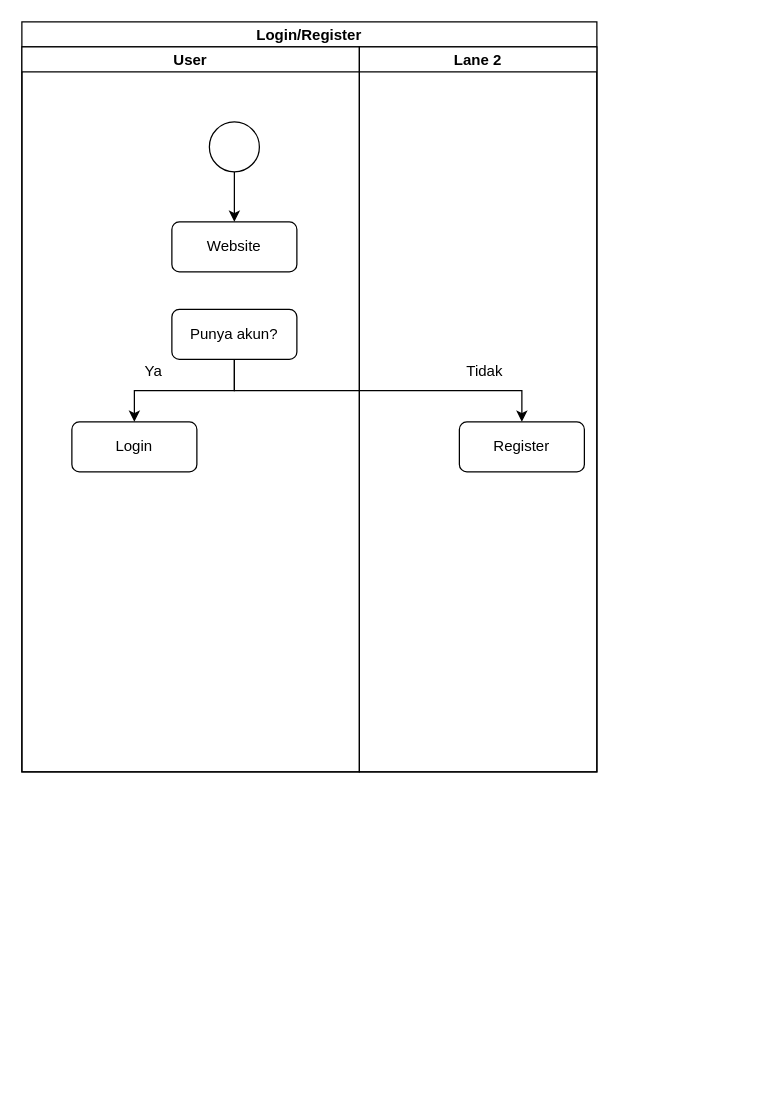
This is register/login diagram.drawio from Soulra01/Pdm, a draw.io file, before an edit. Source tidied: cells renumbered, new cells numbered last; positions are measured from the earlier drawing's top-left corner, leaving out a move shared by most shapes. Both pictures are drawn from the tidied source at 125%, with x=0, y=0 at pixel (21, 21).
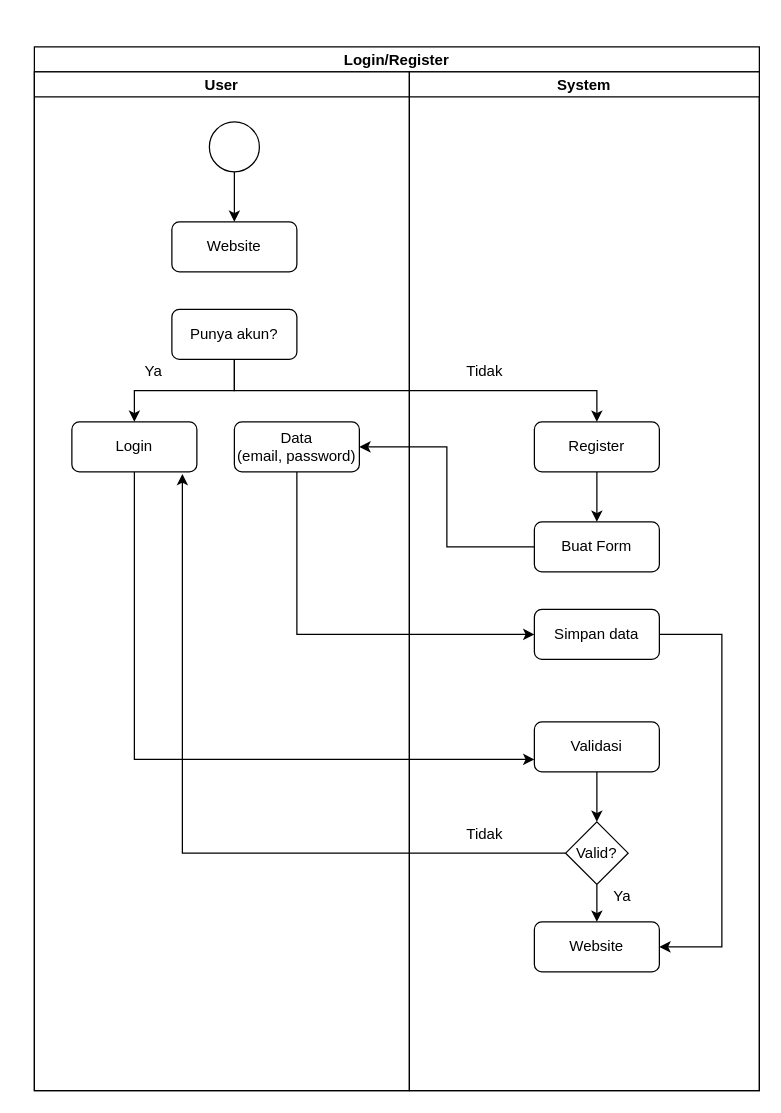
The same page after the edit.

Unchanged cells that the change refers to:
```xml
<mxCell id="6" value="Login" style="rounded=1;whiteSpace=wrap;html=1;" parent="1" vertex="1">
  <mxGeometry x="40" y="320" width="100" height="40" as="geometry" />
</mxCell>
<mxCell id="9" value="Punya akun?" style="rounded=1;whiteSpace=wrap;html=1;" parent="1" vertex="1">
  <mxGeometry x="120" y="230" width="100" height="40" as="geometry" />
</mxCell>
```

Change to the diagram source:
```diff
@@
+    <mxCell id="15" style="edgeStyle=orthogonalEdgeStyle;rounded=0;jettySize=auto;html=1;" parent="1" edge="1" source="5" target="18">
+      <mxGeometry relative="1" as="geometry" />
+    </mxCell>
     <mxCell id="5" value="Register" style="rounded=1;whiteSpace=wrap;html=1;" parent="1" vertex="1">
-      <mxGeometry x="350" y="320" width="100" height="40" as="geometry" />
+      <mxGeometry x="410" y="320" width="100" height="40" as="geometry" />
     </mxCell>
+    <mxCell id="16" style="edgeStyle=orthogonalEdgeStyle;rounded=0;jettySize=auto;html=1;entryX=0;entryY=0.75;entryDx=0;entryDy=0;" parent="1" edge="1" source="6" target="24">
+      <mxGeometry relative="1" as="geometry">
+        <Array as="points">
+          <mxPoint x="90" y="590" />
+        </Array>
+      </mxGeometry>
+    </mxCell>
@@
     <mxCell id="8" style="edgeStyle=orthogonalEdgeStyle;rounded=0;jettySize=auto;html=1;" parent="1" edge="1" source="9" target="5">
       <mxGeometry relative="1" as="geometry">
         <Array as="points">
           <mxPoint x="170" y="295" />
-          <mxPoint x="400" y="295" />
+          <mxPoint x="460" y="295" />
         </Array>
       </mxGeometry>
     </mxCell>
@@
     <mxCell id="12" value="Login/Register" style="swimlane;startSize=20;" parent="1" vertex="1">
-      <mxGeometry width="460" height="600" as="geometry" />
+      <mxGeometry x="10" y="20" width="580" height="835" as="geometry" />
     </mxCell>
     <mxCell id="13" value="User" style="swimlane;startSize=20;" parent="12" vertex="1">
-      <mxGeometry y="20" width="270" height="580" as="geometry" />
+      <mxGeometry y="20" width="300" height="815" as="geometry" />
     </mxCell>
-    <mxCell id="14" value="Lane 2" style="swimlane;startSize=20;" parent="12" vertex="1">
-      <mxGeometry x="270" y="20" width="190" height="580" as="geometry" />
+    <mxCell id="14" value="System" style="swimlane;startSize=20;" parent="12" vertex="1">
+      <mxGeometry x="300" y="20" width="280" height="815" as="geometry" />
     </mxCell>
+    <mxCell id="17" style="edgeStyle=orthogonalEdgeStyle;rounded=0;jettySize=auto;html=1;entryX=1;entryY=0.5;entryDx=0;entryDy=0;" parent="1" edge="1" source="18" target="20">
+      <mxGeometry relative="1" as="geometry" />
+    </mxCell>
+    <mxCell id="18" value="Buat Form" style="rounded=1;whiteSpace=wrap;html=1;" parent="1" vertex="1">
+      <mxGeometry x="410" y="400" width="100" height="40" as="geometry" />
+    </mxCell>
+    <mxCell id="19" style="edgeStyle=orthogonalEdgeStyle;rounded=0;jettySize=auto;html=1;entryX=0;entryY=0.5;entryDx=0;entryDy=0;" parent="1" edge="1" source="20" target="22">
+      <mxGeometry relative="1" as="geometry">
+        <Array as="points">
+          <mxPoint x="220" y="490" />
+        </Array>
+      </mxGeometry>
+    </mxCell>
+    <mxCell id="20" value="Data&lt;br&gt;(email, password)" style="rounded=1;whiteSpace=wrap;html=1;" parent="1" vertex="1">
+      <mxGeometry x="170" y="320" width="100" height="40" as="geometry" />
+    </mxCell>
+    <mxCell id="21" style="edgeStyle=orthogonalEdgeStyle;rounded=0;jettySize=auto;html=1;entryX=1;entryY=0.5;entryDx=0;entryDy=0;" parent="1" edge="1" source="22" target="28">
+      <mxGeometry relative="1" as="geometry">
+        <Array as="points">
+          <mxPoint x="560" y="490" />
+          <mxPoint x="560" y="740" />
+        </Array>
+      </mxGeometry>
+    </mxCell>
+    <mxCell id="22" value="Simpan data" style="rounded=1;whiteSpace=wrap;html=1;" parent="1" vertex="1">
+      <mxGeometry x="410" y="470" width="100" height="40" as="geometry" />
+    </mxCell>
+    <mxCell id="23" style="edgeStyle=orthogonalEdgeStyle;rounded=0;jettySize=auto;html=1;" parent="1" edge="1" source="24" target="27">
+      <mxGeometry relative="1" as="geometry" />
+    </mxCell>
+    <mxCell id="24" value="Validasi" style="rounded=1;whiteSpace=wrap;html=1;" parent="1" vertex="1">
+      <mxGeometry x="410" y="560" width="100" height="40" as="geometry" />
+    </mxCell>
+    <mxCell id="25" style="edgeStyle=orthogonalEdgeStyle;rounded=0;jettySize=auto;html=1;entryX=0.884;entryY=1.04;entryDx=0;entryDy=0;entryPerimeter=0;" parent="1" edge="1" source="27" target="6">
+      <mxGeometry relative="1" as="geometry" />
+    </mxCell>
+    <mxCell id="26" style="edgeStyle=orthogonalEdgeStyle;rounded=0;jettySize=auto;html=1;" parent="1" edge="1" source="27" target="28">
+      <mxGeometry relative="1" as="geometry" />
+    </mxCell>
+    <mxCell id="27" value="Valid?" style="rhombus;whiteSpace=wrap;html=1;" parent="1" vertex="1">
+      <mxGeometry x="435" y="640" width="50" height="50" as="geometry" />
+    </mxCell>
+    <mxCell id="28" value="Website" style="rounded=1;whiteSpace=wrap;html=1;" parent="1" vertex="1">
+      <mxGeometry x="410" y="720" width="100" height="40" as="geometry" />
+    </mxCell>
+    <mxCell id="29" value="Tidak" style="text;html=1;align=center;verticalAlign=middle;strokeColor=none;fillColor=none;" parent="1" vertex="1">
+      <mxGeometry x="350" y="640" width="40" height="20" as="geometry" />
+    </mxCell>
+    <mxCell id="30" value="Ya" style="text;html=1;align=center;verticalAlign=middle;strokeColor=none;fillColor=none;" parent="1" vertex="1">
+      <mxGeometry x="465" y="690" width="30" height="20" as="geometry" />
+    </mxCell>
```
